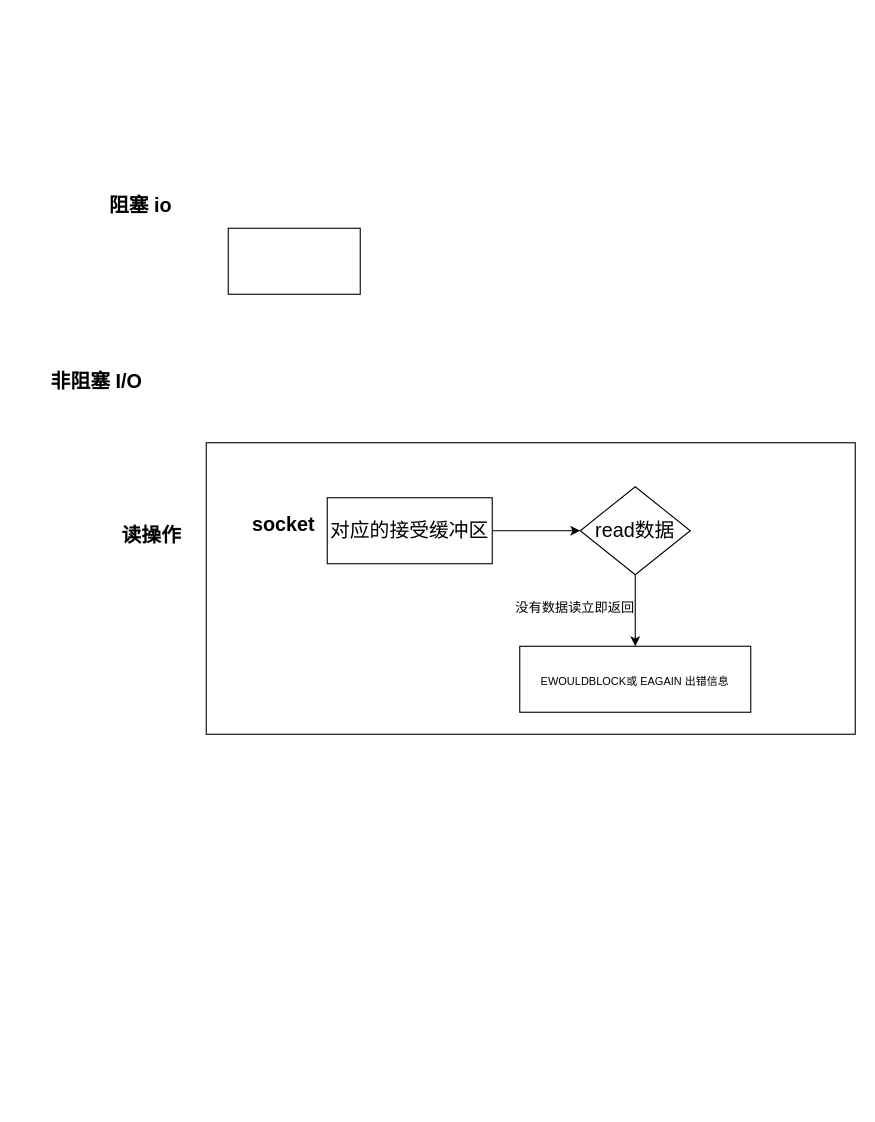
Before: drawio/network/阻塞io和非阻塞io.drawio in guitarock/my-pics, a draw.io diagram. Source tidied: cells renumbered, new cells numbered last; positions are measured from the earlier drawing's top-left corner, leaving out a move shared by most shapes. Both pictures are drawn from the tidied source at 110%, with x=0, y=0 at pixel (35, 184).
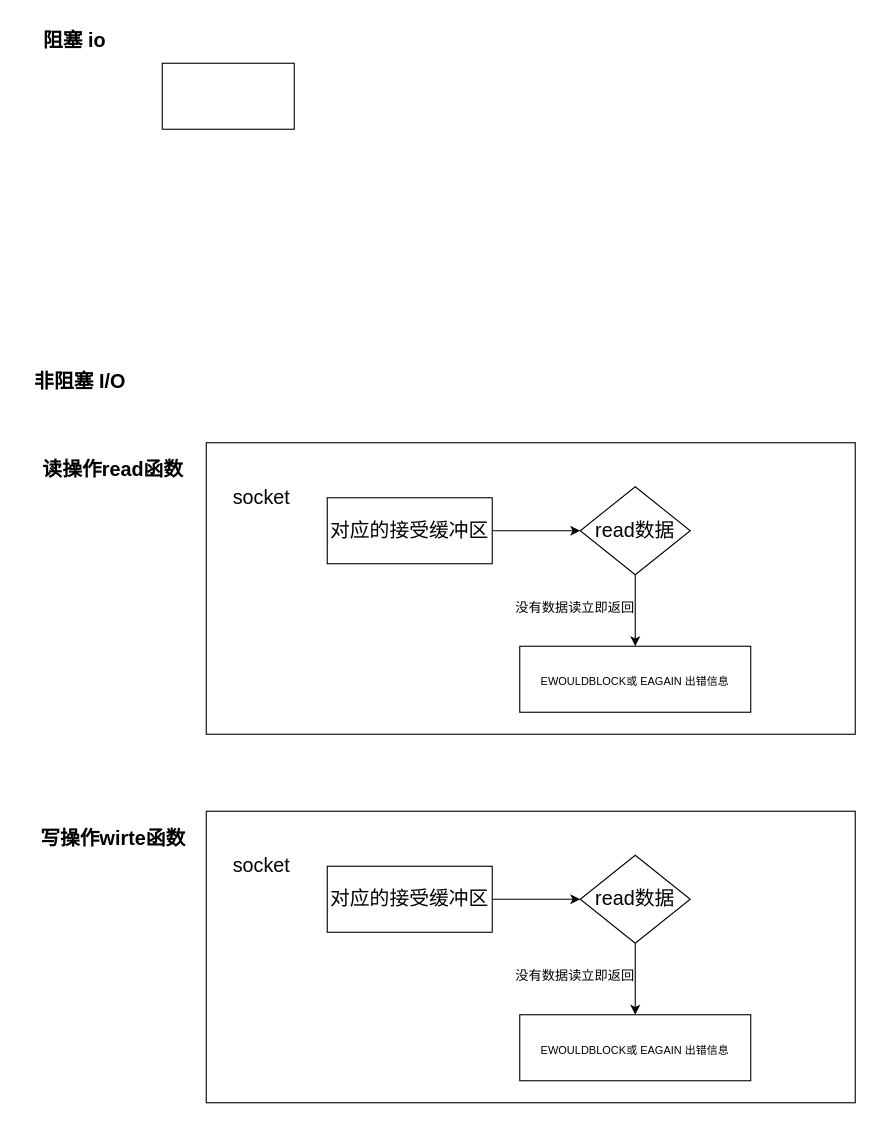
After the change.

Commit message (it also covers changes not shown here):
更新阻塞io和非阻塞io.drawio

What changed in the source:
```diff
@@
     <mxCell id="2" style="rounded=0;whiteSpace=wrap;html=1;" parent="1" vertex="1">
-      <mxGeometry x="175" y="40" width="120" height="60" as="geometry" />
+      <mxGeometry x="115" y="-110" width="120" height="60" as="geometry" />
     </mxCell>
@@
     <mxCell id="4" value="&lt;font style=&quot;font-size: 18px;&quot;&gt;&lt;b&gt;阻塞 io&lt;/b&gt;&lt;/font&gt;" style="text;html=1;align=center;verticalAlign=middle;fillColor=none;strokeColor=none;rounded=0;" parent="1" vertex="1">
-      <mxGeometry x="55" width="80" height="40" as="geometry" />
+      <mxGeometry x="-5" y="-150" width="80" height="40" as="geometry" />
     </mxCell>
     <mxCell id="5" value="&lt;font style=&quot;font-size: 18px;&quot;&gt;&lt;b&gt;非阻塞 I/O&lt;/b&gt;&lt;/font&gt;" style="text;html=1;align=center;verticalAlign=middle;fillColor=none;strokeColor=none;rounded=0;" parent="1" vertex="1">
-      <mxGeometry y="160" width="110" height="40" as="geometry" />
+      <mxGeometry x="-15" y="160" width="110" height="40" as="geometry" />
     </mxCell>
-    <mxCell id="6" value="&lt;article data-content=&quot;[{&amp;quot;type&amp;quot;:&amp;quot;block&amp;quot;,&amp;quot;id&amp;quot;:&amp;quot;ECZx-1654239543630&amp;quot;,&amp;quot;name&amp;quot;:&amp;quot;paragraph&amp;quot;,&amp;quot;data&amp;quot;:{},&amp;quot;nodes&amp;quot;:[{&amp;quot;type&amp;quot;:&amp;quot;text&amp;quot;,&amp;quot;id&amp;quot;:&amp;quot;fXnB-1654239543628&amp;quot;,&amp;quot;leaves&amp;quot;:[{&amp;quot;text&amp;quot;:&amp;quot;读操作&amp;quot;,&amp;quot;marks&amp;quot;:[{&amp;quot;type&amp;quot;:&amp;quot;fontSize&amp;quot;,&amp;quot;value&amp;quot;:18},{&amp;quot;type&amp;quot;:&amp;quot;bold&amp;quot;}]}]}],&amp;quot;state&amp;quot;:{}}]&quot;&gt;&lt;div style=&quot;line-height: 1.75; font-size: 14px; text-align: left;&quot;&gt;&lt;span style=&quot;font-size: 18px;font-weight: bold;&quot;&gt;读操作&lt;/span&gt;&lt;/div&gt;&lt;/article&gt;" style="text;html=1;align=center;verticalAlign=middle;fillColor=none;strokeColor=none;rounded=0;fontSize=18;" parent="1" vertex="1">
-      <mxGeometry x="65" y="295" width="80" height="50" as="geometry" />
+    <mxCell id="6" value="&lt;article data-content=&quot;[{&amp;quot;type&amp;quot;:&amp;quot;block&amp;quot;,&amp;quot;id&amp;quot;:&amp;quot;ECZx-1654239543630&amp;quot;,&amp;quot;name&amp;quot;:&amp;quot;paragraph&amp;quot;,&amp;quot;data&amp;quot;:{},&amp;quot;nodes&amp;quot;:[{&amp;quot;type&amp;quot;:&amp;quot;text&amp;quot;,&amp;quot;id&amp;quot;:&amp;quot;fXnB-1654239543628&amp;quot;,&amp;quot;leaves&amp;quot;:[{&amp;quot;text&amp;quot;:&amp;quot;读操作&amp;quot;,&amp;quot;marks&amp;quot;:[{&amp;quot;type&amp;quot;:&amp;quot;fontSize&amp;quot;,&amp;quot;value&amp;quot;:18},{&amp;quot;type&amp;quot;:&amp;quot;bold&amp;quot;}]}]}],&amp;quot;state&amp;quot;:{}}]&quot;&gt;&lt;div style=&quot;line-height: 1.75; font-size: 14px; text-align: left;&quot;&gt;&lt;span style=&quot;font-size: 18px;font-weight: bold;&quot;&gt;读操作read函数&lt;/span&gt;&lt;/div&gt;&lt;/article&gt;" style="text;html=1;align=center;verticalAlign=middle;fillColor=none;strokeColor=none;rounded=0;fontSize=18;" parent="1" vertex="1">
+      <mxGeometry x="-5" y="235" width="150" height="50" as="geometry" />
     </mxCell>
-    <mxCell id="7" value="&lt;article data-content=&quot;[{&amp;quot;type&amp;quot;:&amp;quot;block&amp;quot;,&amp;quot;id&amp;quot;:&amp;quot;ECZx-1654239543630&amp;quot;,&amp;quot;name&amp;quot;:&amp;quot;paragraph&amp;quot;,&amp;quot;data&amp;quot;:{},&amp;quot;nodes&amp;quot;:[{&amp;quot;type&amp;quot;:&amp;quot;text&amp;quot;,&amp;quot;id&amp;quot;:&amp;quot;fXnB-1654239543628&amp;quot;,&amp;quot;leaves&amp;quot;:[{&amp;quot;text&amp;quot;:&amp;quot;读操作&amp;quot;,&amp;quot;marks&amp;quot;:[{&amp;quot;type&amp;quot;:&amp;quot;fontSize&amp;quot;,&amp;quot;value&amp;quot;:18},{&amp;quot;type&amp;quot;:&amp;quot;bold&amp;quot;}]}]}],&amp;quot;state&amp;quot;:{}}]&quot;&gt;&lt;div style=&quot;line-height: 1.75; font-size: 14px; text-align: left;&quot;&gt;&lt;span style=&quot;font-size: 18px;font-weight: bold;&quot;&gt;socket&lt;/span&gt;&lt;/div&gt;&lt;/article&gt;" style="text;html=1;align=center;verticalAlign=middle;fillColor=none;strokeColor=none;rounded=0;fontSize=18;" parent="1" vertex="1">
-      <mxGeometry x="185" y="285" width="80" height="50" as="geometry" />
+    <mxCell id="7" value="&lt;article data-content=&quot;[{&amp;quot;type&amp;quot;:&amp;quot;block&amp;quot;,&amp;quot;id&amp;quot;:&amp;quot;ECZx-1654239543630&amp;quot;,&amp;quot;name&amp;quot;:&amp;quot;paragraph&amp;quot;,&amp;quot;data&amp;quot;:{},&amp;quot;nodes&amp;quot;:[{&amp;quot;type&amp;quot;:&amp;quot;text&amp;quot;,&amp;quot;id&amp;quot;:&amp;quot;fXnB-1654239543628&amp;quot;,&amp;quot;leaves&amp;quot;:[{&amp;quot;text&amp;quot;:&amp;quot;读操作&amp;quot;,&amp;quot;marks&amp;quot;:[{&amp;quot;type&amp;quot;:&amp;quot;fontSize&amp;quot;,&amp;quot;value&amp;quot;:18},{&amp;quot;type&amp;quot;:&amp;quot;bold&amp;quot;}]}]}],&amp;quot;state&amp;quot;:{}}]&quot;&gt;&lt;div style=&quot;line-height: 1.75; font-size: 14px; text-align: left;&quot;&gt;&lt;span style=&quot;font-size: 18px;&quot;&gt;socket&lt;/span&gt;&lt;/div&gt;&lt;/article&gt;" style="text;html=1;align=center;verticalAlign=middle;fillColor=none;strokeColor=none;rounded=0;fontSize=18;" parent="1" vertex="1">
+      <mxGeometry x="165" y="260" width="80" height="50" as="geometry" />
     </mxCell>
@@
+    <mxCell id="14" style="rounded=0;whiteSpace=wrap;html=1;" parent="1" vertex="1">
+      <mxGeometry x="155" y="570" width="590" height="265" as="geometry" />
+    </mxCell>
+    <mxCell id="15" value="&lt;article data-content=&quot;[{&amp;quot;type&amp;quot;:&amp;quot;block&amp;quot;,&amp;quot;id&amp;quot;:&amp;quot;ECZx-1654239543630&amp;quot;,&amp;quot;name&amp;quot;:&amp;quot;paragraph&amp;quot;,&amp;quot;data&amp;quot;:{},&amp;quot;nodes&amp;quot;:[{&amp;quot;type&amp;quot;:&amp;quot;text&amp;quot;,&amp;quot;id&amp;quot;:&amp;quot;fXnB-1654239543628&amp;quot;,&amp;quot;leaves&amp;quot;:[{&amp;quot;text&amp;quot;:&amp;quot;读操作&amp;quot;,&amp;quot;marks&amp;quot;:[{&amp;quot;type&amp;quot;:&amp;quot;fontSize&amp;quot;,&amp;quot;value&amp;quot;:18},{&amp;quot;type&amp;quot;:&amp;quot;bold&amp;quot;}]}]}],&amp;quot;state&amp;quot;:{}}]&quot;&gt;&lt;div style=&quot;line-height: 1.75; font-size: 14px; text-align: left;&quot;&gt;&lt;span style=&quot;font-size: 18px;font-weight: bold;&quot;&gt;写操作wirte函数&lt;/span&gt;&lt;/div&gt;&lt;/article&gt;" style="text;html=1;align=center;verticalAlign=middle;fillColor=none;strokeColor=none;rounded=0;fontSize=18;" parent="1" vertex="1">
+      <mxGeometry x="-10" y="570" width="160" height="50" as="geometry" />
+    </mxCell>
+    <mxCell id="16" value="&lt;article data-content=&quot;[{&amp;quot;type&amp;quot;:&amp;quot;block&amp;quot;,&amp;quot;id&amp;quot;:&amp;quot;ECZx-1654239543630&amp;quot;,&amp;quot;name&amp;quot;:&amp;quot;paragraph&amp;quot;,&amp;quot;data&amp;quot;:{},&amp;quot;nodes&amp;quot;:[{&amp;quot;type&amp;quot;:&amp;quot;text&amp;quot;,&amp;quot;id&amp;quot;:&amp;quot;fXnB-1654239543628&amp;quot;,&amp;quot;leaves&amp;quot;:[{&amp;quot;text&amp;quot;:&amp;quot;读操作&amp;quot;,&amp;quot;marks&amp;quot;:[{&amp;quot;type&amp;quot;:&amp;quot;fontSize&amp;quot;,&amp;quot;value&amp;quot;:18},{&amp;quot;type&amp;quot;:&amp;quot;bold&amp;quot;}]}]}],&amp;quot;state&amp;quot;:{}}]&quot;&gt;&lt;div style=&quot;line-height: 1.75; font-size: 14px; text-align: left;&quot;&gt;&lt;span style=&quot;font-size: 18px;&quot;&gt;socket&lt;/span&gt;&lt;/div&gt;&lt;/article&gt;" style="text;html=1;align=center;verticalAlign=middle;fillColor=none;strokeColor=none;rounded=0;fontSize=18;" parent="1" vertex="1">
+      <mxGeometry x="165" y="595" width="80" height="50" as="geometry" />
+    </mxCell>
+    <mxCell id="17" style="edgeStyle=orthogonalEdgeStyle;rounded=0;jettySize=auto;html=1;fontSize=18;" parent="1" edge="1" source="18">
+      <mxGeometry relative="1" as="geometry">
+        <mxPoint x="495" y="650" as="targetPoint" />
+      </mxGeometry>
+    </mxCell>
+    <mxCell id="18" value="对应的接受缓冲区" style="rounded=0;whiteSpace=wrap;html=1;fontSize=18;" parent="1" vertex="1">
+      <mxGeometry x="265" y="620" width="150" height="60" as="geometry" />
+    </mxCell>
+    <mxCell id="19" style="edgeStyle=orthogonalEdgeStyle;rounded=0;jettySize=auto;html=1;fontSize=18;" parent="1" edge="1" source="20" target="21">
+      <mxGeometry relative="1" as="geometry" />
+    </mxCell>
+    <mxCell id="20" value="&lt;span style=&quot;text-align: left;&quot;&gt;read&lt;/span&gt;数据" style="rhombus;whiteSpace=wrap;html=1;fontSize=18;" parent="1" vertex="1">
+      <mxGeometry x="495" y="610" width="100" height="80" as="geometry" />
+    </mxCell>
+    <mxCell id="21" value="&lt;article data-content=&quot;[{&amp;quot;type&amp;quot;:&amp;quot;block&amp;quot;,&amp;quot;id&amp;quot;:&amp;quot;qyoK-1654239552444&amp;quot;,&amp;quot;name&amp;quot;:&amp;quot;paragraph&amp;quot;,&amp;quot;data&amp;quot;:{},&amp;quot;nodes&amp;quot;:[{&amp;quot;type&amp;quot;:&amp;quot;text&amp;quot;,&amp;quot;id&amp;quot;:&amp;quot;dOnc-1654239552442&amp;quot;,&amp;quot;leaves&amp;quot;:[{&amp;quot;text&amp;quot;:&amp;quot;EWOULDBLOCK&amp;quot;,&amp;quot;marks&amp;quot;:[{&amp;quot;type&amp;quot;:&amp;quot;fontSize&amp;quot;,&amp;quot;value&amp;quot;:18}]}]}],&amp;quot;state&amp;quot;:{}}]&quot;&gt;&lt;div style=&quot;line-height: 1.75; text-align: left;&quot;&gt;&lt;font style=&quot;font-size: 10px;&quot;&gt;&lt;font style=&quot;&quot;&gt;EWOULDBLOCK&lt;/font&gt;&lt;span style=&quot;background-color: initial;&quot;&gt;或 EAGAIN 出错信息&lt;/span&gt;&lt;/font&gt;&lt;/div&gt;&lt;/article&gt;" style="whiteSpace=wrap;html=1;fontSize=18;" parent="1" vertex="1">
+      <mxGeometry x="440" y="755" width="210" height="60" as="geometry" />
+    </mxCell>
+    <mxCell id="22" value="&lt;article data-content=&quot;[{&amp;quot;type&amp;quot;:&amp;quot;block&amp;quot;,&amp;quot;id&amp;quot;:&amp;quot;ECZx-1654239543630&amp;quot;,&amp;quot;name&amp;quot;:&amp;quot;paragraph&amp;quot;,&amp;quot;data&amp;quot;:{},&amp;quot;nodes&amp;quot;:[{&amp;quot;type&amp;quot;:&amp;quot;text&amp;quot;,&amp;quot;id&amp;quot;:&amp;quot;fXnB-1654239543628&amp;quot;,&amp;quot;leaves&amp;quot;:[{&amp;quot;text&amp;quot;:&amp;quot;读操作&amp;quot;,&amp;quot;marks&amp;quot;:[{&amp;quot;type&amp;quot;:&amp;quot;fontSize&amp;quot;,&amp;quot;value&amp;quot;:18},{&amp;quot;type&amp;quot;:&amp;quot;bold&amp;quot;}]}]}],&amp;quot;state&amp;quot;:{}}]&quot;&gt;&lt;div style=&quot;line-height: 1.75; text-align: left;&quot;&gt;&lt;font style=&quot;font-size: 12px;&quot;&gt;没有数据读立即返回&lt;/font&gt;&lt;/div&gt;&lt;/article&gt;" style="text;html=1;align=center;verticalAlign=middle;fillColor=none;strokeColor=none;rounded=0;fontSize=18;" parent="1" vertex="1">
+      <mxGeometry x="425" y="692.5" width="130" height="50" as="geometry" />
+    </mxCell>
```
